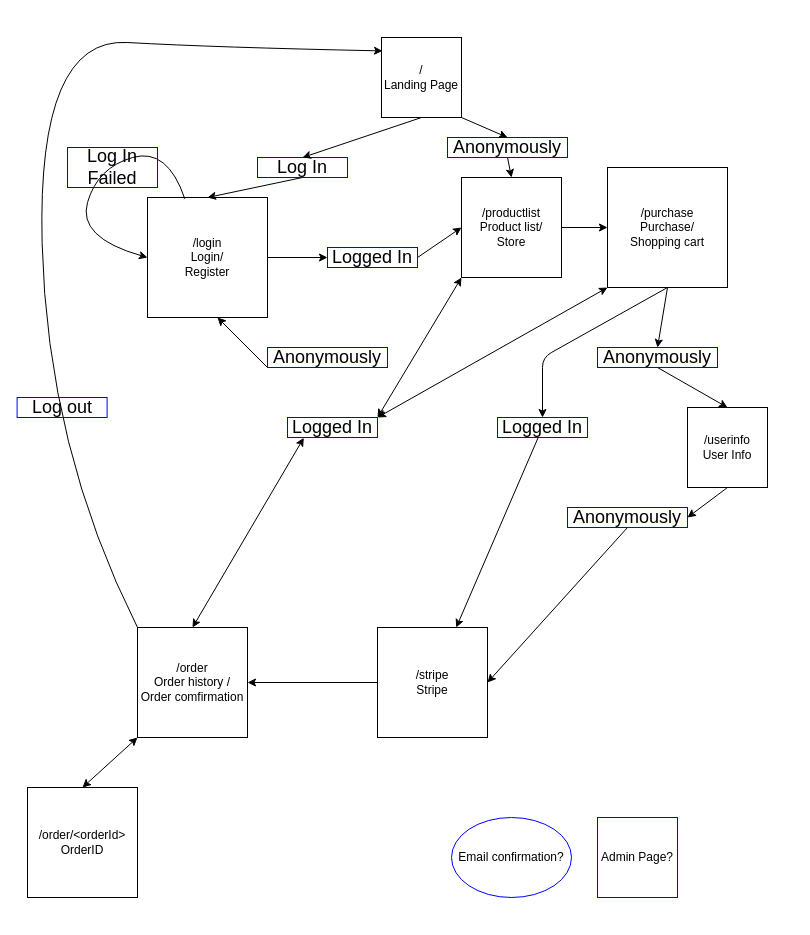
The draw.io diagram Pages.drawio in unstad/Accelerate-case-vipps, before the edit. Source tidied: cells renumbered, new cells numbered last; positions are measured from the earlier drawing's top-left corner, leaving out a move shared by most shapes. Both pictures are drawn from the tidied source at 100%, with x=0, y=0 at pixel (17, 37).
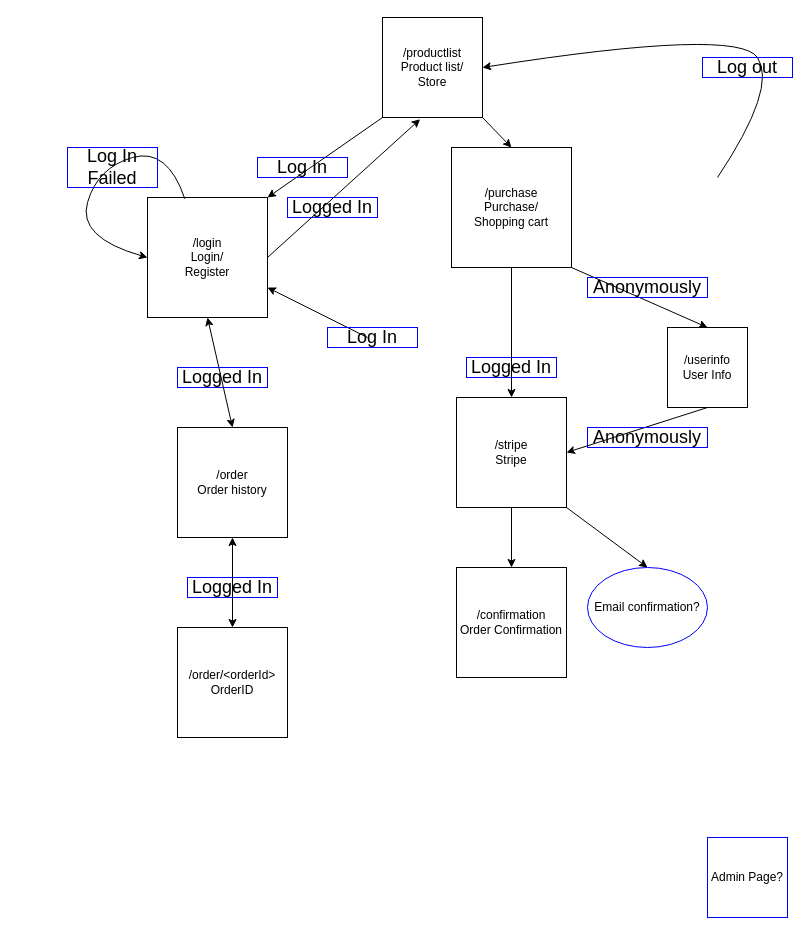
The same page after the edit.

The change refers to these unchanged cells:
```xml
<mxCell id="3" value="/login&lt;br&gt;Login/&lt;br&gt;Register" style="whiteSpace=wrap;html=1;" parent="1" vertex="1">
  <mxGeometry x="130" y="160" width="120" height="120" as="geometry" />
</mxCell>
<mxCell id="35" value="&lt;font style=&quot;font-size: 18px&quot;&gt;Log In&lt;br&gt;&lt;/font&gt;" style="text;html=1;strokeColor=#0000FF;fillColor=none;align=center;verticalAlign=middle;whiteSpace=wrap;rounded=0;" parent="1" vertex="1">
  <mxGeometry x="240" y="120" width="90" height="20" as="geometry" />
</mxCell>
```

Diff of the diagram source:
```diff
@@
-    <mxCell id="2" value="/&lt;br&gt;Landing Page" style="whiteSpace=wrap;html=1;" parent="1" vertex="1">
-      <mxGeometry x="364" width="80" height="80" as="geometry" />
-    </mxCell>
@@
     <mxCell id="4" value="/purchase&lt;br&gt;Purchase/&lt;br&gt;Shopping cart" style="whiteSpace=wrap;html=1;" parent="1" vertex="1">
-      <mxGeometry x="590" y="130" width="120" height="120" as="geometry" />
+      <mxGeometry x="434" y="110" width="120" height="120" as="geometry" />
     </mxCell>
-    <mxCell id="5" style="endArrow=classic;html=1;exitX=0.5;exitY=1;exitDx=0;exitDy=0;entryX=0.5;entryY=0;entryDx=0;entryDy=0;" parent="1" edge="1" source="35" target="3">
-      <mxGeometry relative="1" as="geometry" />
-    </mxCell>
-    <mxCell id="6" style="endArrow=classic;html=1;exitX=1;exitY=0.5;exitDx=0;exitDy=0;entryX=0;entryY=0.5;entryDx=0;entryDy=0;" parent="1" edge="1" source="30" target="38">
-      <mxGeometry relative="1" as="geometry" />
-    </mxCell>
-    <mxCell id="7" style="endArrow=classic;html=1;exitX=0.5;exitY=1;exitDx=0;exitDy=0;entryX=0.5;entryY=0;entryDx=0;entryDy=0;" parent="1" edge="1" source="26" target="12">
+    <mxCell id="7" style="endArrow=classic;html=1;exitX=1;exitY=1;exitDx=0;exitDy=0;entryX=0.5;entryY=0;entryDx=0;entryDy=0;" parent="1" edge="1" source="4" target="12">
       <mxGeometry relative="1" as="geometry" />
     </mxCell>
-    <mxCell id="8" value="/order&lt;br&gt;Order history /&lt;br&gt;Order comfirmation" style="whiteSpace=wrap;html=1;" parent="1" vertex="1">
-      <mxGeometry x="120" y="590" width="110" height="110" as="geometry" />
+    <mxCell id="8" value="/order&lt;br&gt;Order history" style="whiteSpace=wrap;html=1;" parent="1" vertex="1">
+      <mxGeometry x="160" y="390" width="110" height="110" as="geometry" />
     </mxCell>
     <mxCell id="9" value="/order/&amp;lt;orderId&amp;gt;&lt;br&gt;OrderID" style="whiteSpace=wrap;html=1;" parent="1" vertex="1">
-      <mxGeometry x="10" y="750" width="110" height="110" as="geometry" />
+      <mxGeometry x="160" y="590" width="110" height="110" as="geometry" />
     </mxCell>
@@
-    <mxCell id="11" style="endArrow=classic;html=1;" parent="1" edge="1" source="14" target="13">
+    <mxCell id="11" style="endArrow=classic;html=1;exitX=0.5;exitY=1;exitDx=0;exitDy=0;" parent="1" edge="1" source="4" target="13">
       <mxGeometry relative="1" as="geometry" />
     </mxCell>
     <mxCell id="12" value="/userinfo&lt;br&gt;User Info" style="whiteSpace=wrap;html=1;" parent="1" vertex="1">
-      <mxGeometry x="670" y="370" width="80" height="80" as="geometry" />
+      <mxGeometry x="650" y="290" width="80" height="80" as="geometry" />
     </mxCell>
     <mxCell id="13" value="/stripe&lt;br&gt;Stripe" style="whiteSpace=wrap;html=1;" parent="1" vertex="1">
-      <mxGeometry x="360" y="590" width="110" height="110" as="geometry" />
+      <mxGeometry x="439" y="360" width="110" height="110" as="geometry" />
     </mxCell>
     <mxCell id="14" value="&lt;font style=&quot;font-size: 18px&quot;&gt;Logged In&lt;/font&gt;" style="text;html=1;strokeColor=#0000FF;fillColor=none;align=center;verticalAlign=middle;whiteSpace=wrap;rounded=0;" parent="1" vertex="1">
-      <mxGeometry x="480" y="380" width="90" height="20" as="geometry" />
+      <mxGeometry x="449" y="320" width="90" height="20" as="geometry" />
     </mxCell>
-    <mxCell id="15" style="endArrow=classic;html=1;exitX=0.5;exitY=1;exitDx=0;exitDy=0;" parent="1" edge="1" source="4" target="14">
-      <mxGeometry relative="1" as="geometry">
-        <Array as="points">
-          <mxPoint x="525" y="320" />
-        </Array>
-      </mxGeometry>
-    </mxCell>
-    <mxCell id="16" style="endArrow=classic;html=1;exitX=0.5;exitY=1;exitDx=0;exitDy=0;entryX=1;entryY=0.5;entryDx=0;entryDy=0;" parent="1" edge="1" source="28" target="13">
+    <mxCell id="16" style="endArrow=classic;html=1;exitX=0.5;exitY=1;exitDx=0;exitDy=0;entryX=1;entryY=0.5;entryDx=0;entryDy=0;" parent="1" edge="1" source="12" target="13">
       <mxGeometry relative="1" as="geometry" />
     </mxCell>
-    <mxCell id="17" style="endArrow=classic;html=1;entryX=1;entryY=0.5;entryDx=0;entryDy=0;exitX=0;exitY=0.5;exitDx=0;exitDy=0;" parent="1" edge="1" source="13" target="8">
+    <mxCell id="17" style="endArrow=classic;html=1;entryX=0.5;entryY=0;entryDx=0;entryDy=0;exitX=0.5;exitY=1;exitDx=0;exitDy=0;" parent="1" edge="1" source="13" target="44">
       <mxGeometry relative="1" as="geometry" />
     </mxCell>
-    <mxCell id="18" style="curved=1;endArrow=classic;html=1;entryX=0.017;entryY=0.167;entryDx=0;entryDy=0;entryPerimeter=0;" parent="1" edge="1">
+    <mxCell id="18" style="curved=1;endArrow=classic;html=1;entryX=1;entryY=0.5;entryDx=0;entryDy=0;" parent="1" edge="1" target="38">
       <mxGeometry relative="1" as="geometry">
-        <mxPoint x="120" y="590" as="sourcePoint" />
-        <mxPoint x="365" y="13.4" as="targetPoint" />
+        <mxPoint x="700" y="140" as="sourcePoint" />
         <Array as="points">
-          <mxPoint x="29.6" y="410" />
-          <mxPoint x="19.6" />
-          <mxPoint x="199.6" y="10" />
+          <mxPoint x="760" y="50" />
+          <mxPoint x="720" y="-10" />
         </Array>
       </mxGeometry>
     </mxCell>
-    <mxCell id="19" style="endArrow=classic;html=1;exitX=0.5;exitY=1;exitDx=0;exitDy=0;entryX=0.5;entryY=0;entryDx=0;entryDy=0;" parent="1" edge="1" source="24" target="38">
-      <mxGeometry relative="1" as="geometry" />
-    </mxCell>
     <mxCell id="20" value="&lt;font style=&quot;font-size: 18px&quot;&gt;Log out&lt;/font&gt;" style="text;html=1;strokeColor=#0000FF;fillColor=none;align=center;verticalAlign=middle;whiteSpace=wrap;rounded=0;" parent="1" vertex="1">
-      <mxGeometry x="-0.4" y="360" width="90" height="20" as="geometry" />
+      <mxGeometry x="685" y="20" width="90" height="20" as="geometry" />
     </mxCell>
-    <mxCell id="21" style="endArrow=classic;html=1;exitX=0;exitY=1;exitDx=0;exitDy=0;" parent="1" edge="1" source="34" target="3">
-      <mxGeometry relative="1" as="geometry">
-        <Array as="points">
-          <mxPoint x="200" y="280" />
-        </Array>
-      </mxGeometry>
-    </mxCell>
-    <mxCell id="22" style="endArrow=classic;startArrow=classic;html=1;exitX=1;exitY=0;exitDx=0;exitDy=0;entryX=0;entryY=1;entryDx=0;entryDy=0;" parent="1" edge="1" source="32" target="4">
-      <mxGeometry relative="1" as="geometry" />
-    </mxCell>
-    <mxCell id="23" style="endArrow=classic;startArrow=classic;html=1;exitX=0.5;exitY=0;exitDx=0;exitDy=0;entryX=0;entryY=1;entryDx=0;entryDy=0;" parent="1" edge="1" source="9" target="8">
+    <mxCell id="23" style="endArrow=classic;startArrow=classic;html=1;exitX=0.5;exitY=0;exitDx=0;exitDy=0;entryX=0.5;entryY=1;entryDx=0;entryDy=0;" parent="1" edge="1" source="9" target="8">
       <mxGeometry relative="1" as="geometry" />
     </mxCell>
-    <mxCell id="24" value="&lt;font style=&quot;font-size: 18px&quot;&gt;Anonymously&lt;/font&gt;" style="text;html=1;strokeColor=#0000FF;fillColor=none;align=center;verticalAlign=middle;whiteSpace=wrap;rounded=0;" parent="1" vertex="1">
-      <mxGeometry x="430" y="100" width="120" height="20" as="geometry" />
-    </mxCell>
-    <mxCell id="25" style="endArrow=classic;html=1;exitX=1;exitY=1;exitDx=0;exitDy=0;entryX=0.5;entryY=0;entryDx=0;entryDy=0;" parent="1" edge="1" source="2" target="24">
-      <mxGeometry relative="1" as="geometry" />
-    </mxCell>
     <mxCell id="26" value="&lt;font style=&quot;font-size: 18px&quot;&gt;Anonymously&lt;/font&gt;" style="text;html=1;strokeColor=#0000FF;fillColor=none;align=center;verticalAlign=middle;whiteSpace=wrap;rounded=0;" parent="1" vertex="1">
-      <mxGeometry x="580" y="310" width="120" height="20" as="geometry" />
+      <mxGeometry x="570" y="240" width="120" height="20" as="geometry" />
     </mxCell>
-    <mxCell id="27" style="endArrow=classic;html=1;exitX=0.5;exitY=1;exitDx=0;exitDy=0;entryX=0.5;entryY=0;entryDx=0;entryDy=0;" parent="1" edge="1" source="4" target="26">
-      <mxGeometry relative="1" as="geometry" />
-    </mxCell>
     <mxCell id="28" value="&lt;font style=&quot;font-size: 18px&quot;&gt;Anonymously&lt;/font&gt;" style="text;html=1;strokeColor=#0000FF;fillColor=none;align=center;verticalAlign=middle;whiteSpace=wrap;rounded=0;" parent="1" vertex="1">
-      <mxGeometry x="550" y="470" width="120" height="20" as="geometry" />
+      <mxGeometry x="570" y="390" width="120" height="20" as="geometry" />
     </mxCell>
-    <mxCell id="29" style="endArrow=classic;html=1;exitX=0.5;exitY=1;exitDx=0;exitDy=0;entryX=1;entryY=0.5;entryDx=0;entryDy=0;" parent="1" edge="1" source="12" target="28">
-      <mxGeometry relative="1" as="geometry" />
-    </mxCell>
     <mxCell id="30" value="&lt;font style=&quot;font-size: 18px&quot;&gt;Logged In&lt;/font&gt;" style="text;html=1;strokeColor=#0000FF;fillColor=none;align=center;verticalAlign=middle;whiteSpace=wrap;rounded=0;" parent="1" vertex="1">
-      <mxGeometry x="310" y="210" width="90" height="20" as="geometry" />
+      <mxGeometry x="270" y="160" width="90" height="20" as="geometry" />
     </mxCell>
-    <mxCell id="31" style="endArrow=classic;html=1;exitX=1;exitY=0.5;exitDx=0;exitDy=0;entryX=0;entryY=0.5;entryDx=0;entryDy=0;" parent="1" edge="1" source="3" target="30">
+    <mxCell id="31" style="endArrow=classic;html=1;exitX=1;exitY=0.5;exitDx=0;exitDy=0;entryX=0.376;entryY=1.017;entryDx=0;entryDy=0;entryPerimeter=0;" parent="1" edge="1" source="3" target="38">
       <mxGeometry relative="1" as="geometry" />
     </mxCell>
     <mxCell id="32" value="&lt;font style=&quot;font-size: 18px&quot;&gt;Logged In&lt;/font&gt;" style="text;html=1;strokeColor=#0000FF;fillColor=none;align=center;verticalAlign=middle;whiteSpace=wrap;rounded=0;" parent="1" vertex="1">
-      <mxGeometry x="270" y="380" width="90" height="20" as="geometry" />
+      <mxGeometry x="160" y="330" width="90" height="20" as="geometry" />
     </mxCell>
-    <mxCell id="33" style="endArrow=classic;startArrow=classic;html=1;exitX=0.5;exitY=0;exitDx=0;exitDy=0;entryX=0.181;entryY=1.017;entryDx=0;entryDy=0;entryPerimeter=0;" parent="1" edge="1" source="8" target="32">
+    <mxCell id="33" style="endArrow=classic;startArrow=classic;html=1;exitX=0.5;exitY=0;exitDx=0;exitDy=0;entryX=0.5;entryY=1;entryDx=0;entryDy=0;" parent="1" edge="1" source="8" target="3">
       <mxGeometry relative="1" as="geometry" />
     </mxCell>
-    <mxCell id="34" value="&lt;font style=&quot;font-size: 18px&quot;&gt;Anonymously&lt;/font&gt;" style="text;html=1;strokeColor=#0000FF;fillColor=none;align=center;verticalAlign=middle;whiteSpace=wrap;rounded=0;" parent="1" vertex="1">
-      <mxGeometry x="250" y="310" width="120" height="20" as="geometry" />
-    </mxCell>
@@
-    <mxCell id="36" style="endArrow=classic;html=1;exitX=0.5;exitY=1;exitDx=0;exitDy=0;entryX=0.5;entryY=0;entryDx=0;entryDy=0;" parent="1" edge="1" source="2" target="35">
-      <mxGeometry relative="1" as="geometry" />
-    </mxCell>
@@
     <mxCell id="38" value="/productlist&lt;br&gt;Product list/&lt;br&gt;Store" style="whiteSpace=wrap;html=1;" parent="1" vertex="1">
-      <mxGeometry x="444" y="140" width="100" height="100" as="geometry" />
+      <mxGeometry x="365" y="-20" width="100" height="100" as="geometry" />
     </mxCell>
-    <mxCell id="39" style="endArrow=classic;html=1;exitX=1;exitY=0.5;exitDx=0;exitDy=0;entryX=0;entryY=0.5;entryDx=0;entryDy=0;" parent="1" edge="1" source="38" target="4">
-      <mxGeometry relative="1" as="geometry" />
-    </mxCell>
-    <mxCell id="40" style="endArrow=classic;startArrow=classic;html=1;exitX=1;exitY=0;exitDx=0;exitDy=0;entryX=0;entryY=1;entryDx=0;entryDy=0;" parent="1" edge="1" source="32" target="38">
-      <mxGeometry relative="1" as="geometry" />
-    </mxCell>
     <mxCell id="41" value="Admin Page?" style="whiteSpace=wrap;html=1;strokeColor=#0000FF;" parent="1" vertex="1">
-      <mxGeometry x="580" y="780" width="80" height="80" as="geometry" />
+      <mxGeometry x="690" y="800" width="80" height="80" as="geometry" />
     </mxCell>
     <mxCell id="42" value="Email confirmation?" style="ellipse;whiteSpace=wrap;html=1;strokeColor=#0000FF;" parent="1" vertex="1">
-      <mxGeometry x="434" y="780" width="120" height="80" as="geometry" />
+      <mxGeometry x="570" y="530" width="120" height="80" as="geometry" />
     </mxCell>
+    <mxCell id="39" style="endArrow=classic;html=1;exitX=1;exitY=1;exitDx=0;exitDy=0;entryX=0.5;entryY=0;entryDx=0;entryDy=0;" parent="1" edge="1" source="38" target="4">
+      <mxGeometry relative="1" as="geometry" />
+    </mxCell>
+    <mxCell id="43" style="endArrow=classic;html=1;exitX=0;exitY=1;exitDx=0;exitDy=0;entryX=1;entryY=0;entryDx=0;entryDy=0;" parent="1" edge="1" source="38" target="3">
+      <mxGeometry relative="1" as="geometry" />
+    </mxCell>
+    <mxCell id="44" value="/confirmation&lt;br&gt;Order Confirmation" style="whiteSpace=wrap;html=1;" parent="1" vertex="1">
+      <mxGeometry x="439" y="530" width="110" height="110" as="geometry" />
+    </mxCell>
+    <mxCell id="45" value="&lt;font style=&quot;font-size: 18px&quot;&gt;Logged In&lt;/font&gt;" style="text;html=1;strokeColor=#0000FF;fillColor=none;align=center;verticalAlign=middle;whiteSpace=wrap;rounded=0;" parent="1" vertex="1">
+      <mxGeometry x="170" y="540" width="90" height="20" as="geometry" />
+    </mxCell>
+    <mxCell id="46" style="endArrow=classic;html=1;entryX=1;entryY=0.75;entryDx=0;entryDy=0;" parent="1" edge="1" target="3">
+      <mxGeometry relative="1" as="geometry">
+        <mxPoint x="350" y="300" as="sourcePoint" />
+      </mxGeometry>
+    </mxCell>
+    <mxCell id="47" value="&lt;font style=&quot;font-size: 18px&quot;&gt;Log In&lt;br&gt;&lt;/font&gt;" style="text;html=1;strokeColor=#0000FF;fillColor=none;align=center;verticalAlign=middle;whiteSpace=wrap;rounded=0;" parent="1" vertex="1">
+      <mxGeometry x="310" y="290" width="90" height="20" as="geometry" />
+    </mxCell>
+    <mxCell id="48" style="endArrow=classic;html=1;entryX=0.5;entryY=0;entryDx=0;entryDy=0;exitX=1;exitY=1;exitDx=0;exitDy=0;" parent="1" edge="1" source="13" target="42">
+      <mxGeometry relative="1" as="geometry" />
+    </mxCell>
```
